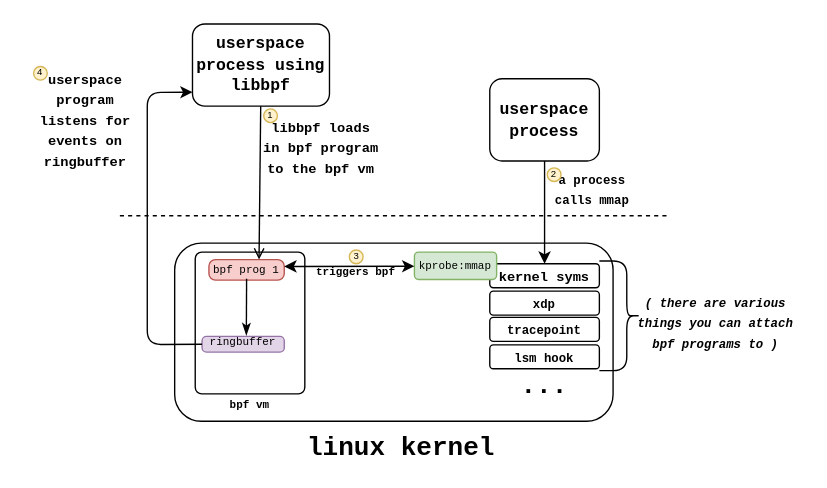
The draw.io diagram static/libbpf/bpf-basic-flow.drawio in grantseltzer/blog, before the edit. Source tidied: cells renumbered, new cells numbered last; positions are measured from the earlier drawing's top-left corner, leaving out a move shared by most shapes. Both pictures are drawn from the tidied source at 137%, with x=0, y=0 at pixel (23, 23).
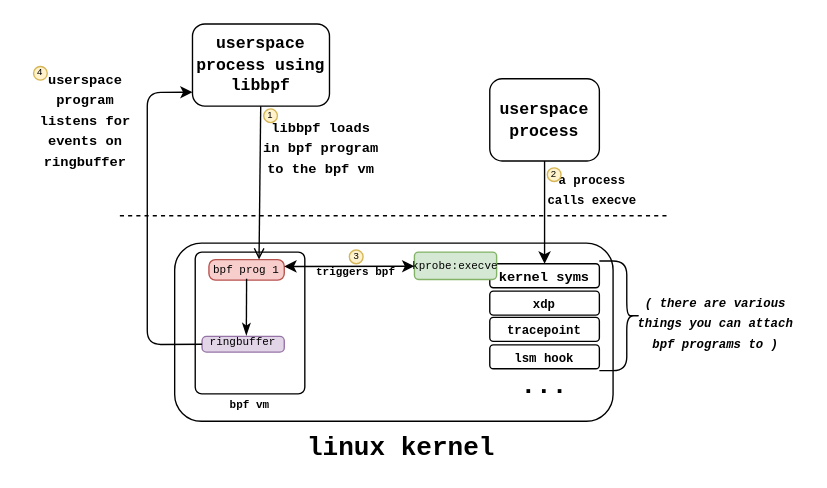
The same diagram, later.

The edit, as a diff of the source:
```diff
@@
-    <mxCell id="11" value="&lt;font style=&quot;font-size: 8px&quot; face=&quot;Courier New&quot;&gt;kprobe:mmap&lt;/font&gt;" style="rounded=1;whiteSpace=wrap;html=1;fillColor=#d5e8d4;strokeColor=#82b366;spacingBottom=4;" parent="1" vertex="1">
+    <mxCell id="11" value="&lt;font style=&quot;font-size: 8px&quot; face=&quot;Courier New&quot;&gt;kprobe:execve&lt;/font&gt;" style="rounded=1;whiteSpace=wrap;html=1;fillColor=#d5e8d4;strokeColor=#82b366;spacingBottom=4;" parent="1" vertex="1">
       <mxGeometry x="285" y="166.5" width="60" height="20" as="geometry" />
     </mxCell>
@@
-    <mxCell id="17" value="&lt;font face=&quot;Courier New&quot; style=&quot;font-size: 9px&quot;&gt;&lt;b&gt;a process calls mmap&lt;/b&gt;&lt;/font&gt;" style="text;html=1;strokeColor=none;fillColor=none;align=center;verticalAlign=middle;whiteSpace=wrap;rounded=0;" parent="1" vertex="1">
+    <mxCell id="17" value="&lt;font face=&quot;Courier New&quot; style=&quot;font-size: 9px&quot;&gt;&lt;b&gt;a process calls execve&lt;/b&gt;&lt;/font&gt;" style="text;html=1;strokeColor=none;fillColor=none;align=center;verticalAlign=middle;whiteSpace=wrap;rounded=0;" parent="1" vertex="1">
       <mxGeometry x="380" y="110" width="70" height="20" as="geometry" />
     </mxCell>
```
